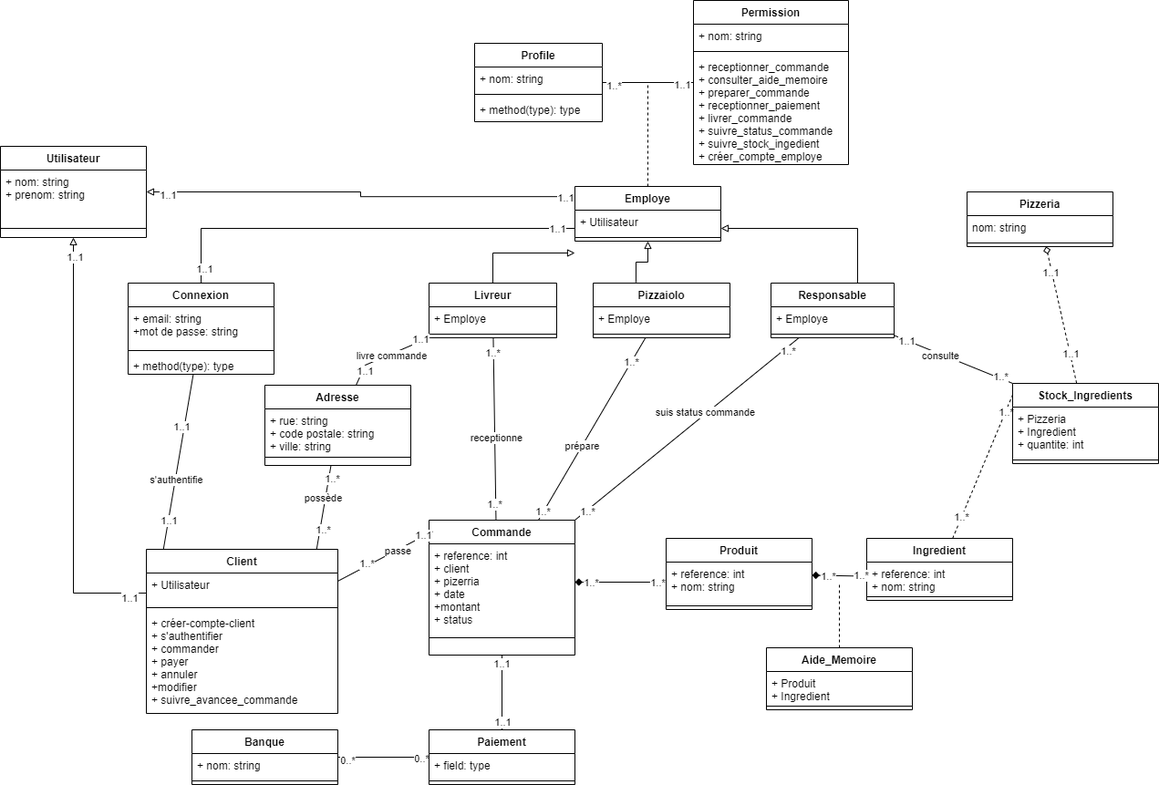
Above: documentation/diagrameDeClasses1.png in jbbaillet85/OCpizzas (draw.io), before the change. Source tidied: cells renumbered, new cells last; positions are measured from the earlier drawing's top-left corner, leaving out a move shared by most shapes.
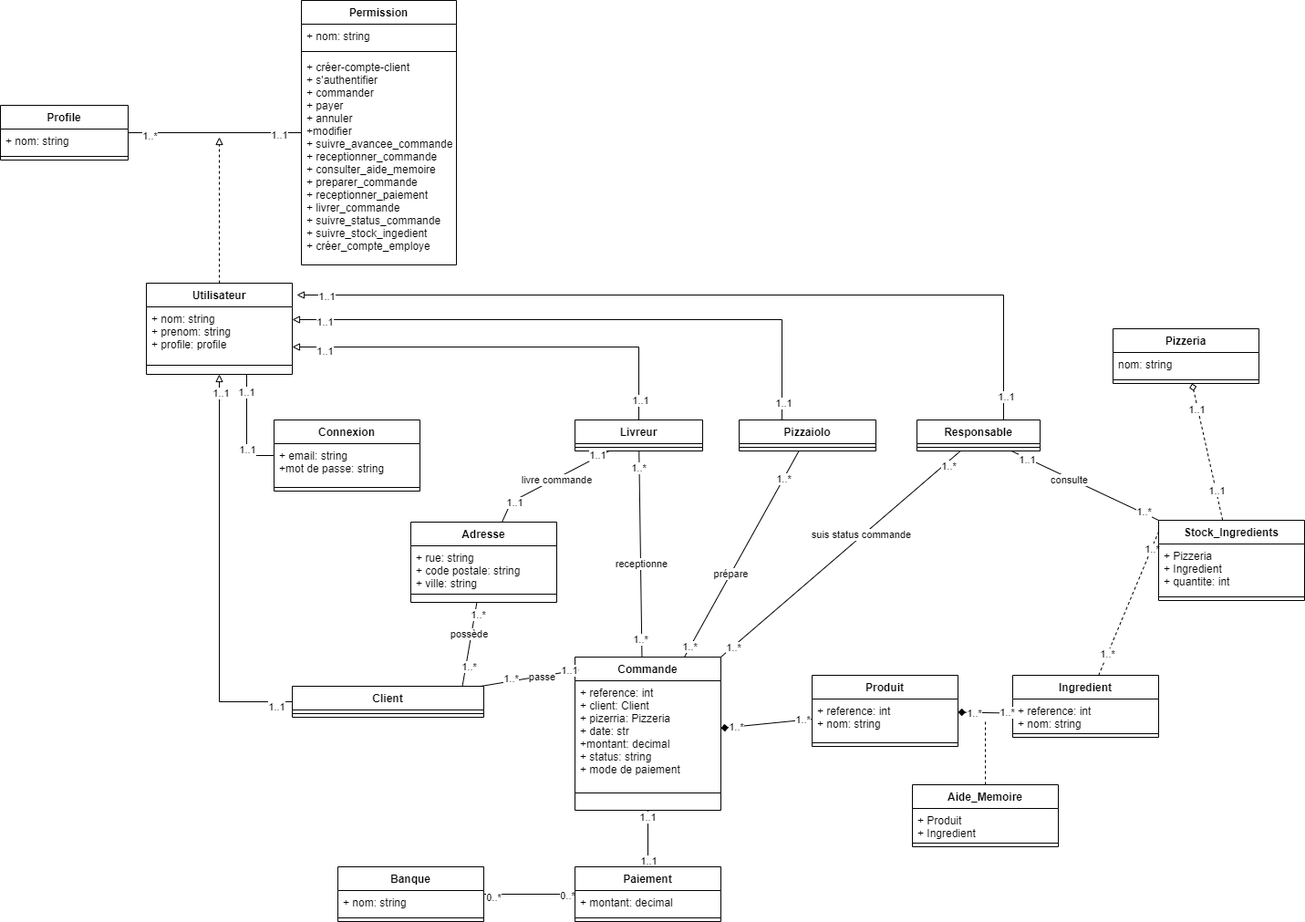
Later version of the same file.

Change to the diagram source:
```diff
@@ -7,3 +7,3 @@
         <Array as="points">
-          <mxPoint x="80" y="650" />
+          <mxPoint x="80" y="619" />
         </Array>
@@ -17,11 +17,7 @@
     </mxCell>
-    <mxCell id="5" style="edgeStyle=orthogonalEdgeStyle;rounded=0;jettySize=auto;html=1;entryX=0.006;entryY=0.186;entryDx=0;entryDy=0;entryPerimeter=0;endArrow=none;endFill=0;startArrow=block;startFill=0;" parent="1" edge="1" source="8" target="123">
-      <mxGeometry relative="1" as="geometry" />
-    </mxCell>
-    <mxCell id="6" value="1..1" style="edgeLabel;html=1;align=center;verticalAlign=middle;" parent="5" vertex="1">
-      <mxGeometry x="0.95" y="-1" relative="1" as="geometry" />
-    </mxCell>
-    <mxCell id="7" value="1..1" style="edgeLabel;html=1;align=center;verticalAlign=middle;" parent="5" vertex="1">
-      <mxGeometry x="-0.9" y="-3" relative="1" as="geometry" />
-    </mxCell>
+    <mxCell id="127" style="edgeStyle=orthogonalEdgeStyle;rounded=0;jettySize=auto;html=1;dashed=1;endArrow=block;endFill=0;" parent="1" edge="1" source="8">
+      <mxGeometry relative="1" as="geometry">
+        <mxPoint x="80" as="targetPoint" />
+      </mxGeometry>
+    </mxCell>
     <mxCell id="8" value="Utilisateur" style="swimlane;fontStyle=1;align=center;verticalAlign=top;horizontal=1;startSize=26;" parent="1" vertex="1">
@@ -29,3 +25,3 @@
     </mxCell>
-    <mxCell id="9" value="+ nom: string&#10;+ prenom: string" style="text;strokeColor=none;fillColor=none;align=left;verticalAlign=top;spacingLeft=4;spacingRight=4;overflow=hidden;" parent="8" vertex="1">
+    <mxCell id="9" value="+ nom: string&#10;+ prenom: string&#10;+ profile: profile" style="text;strokeColor=none;fillColor=none;align=left;verticalAlign=top;spacingLeft=4;spacingRight=4;overflow=hidden;" parent="8" vertex="1">
       <mxGeometry y="26" width="160" height="54" as="geometry" />
@@ -35,14 +31,2 @@
     </mxCell>
-    <mxCell id="11" style="edgeStyle=none;rounded=0;jettySize=auto;html=1;exitX=0.088;exitY=0.008;exitDx=0;exitDy=0;endArrow=none;endFill=0;exitPerimeter=0;" parent="1" edge="1" source="19" target="105">
-      <mxGeometry relative="1" as="geometry" />
-    </mxCell>
-    <mxCell id="12" value="1..1" style="edgeLabel;html=1;align=center;verticalAlign=middle;" parent="11" vertex="1">
-      <mxGeometry x="0.39" y="3" relative="1" as="geometry" />
-    </mxCell>
-    <mxCell id="13" value="1..1" style="edgeLabel;html=1;align=center;verticalAlign=middle;" parent="11" vertex="1">
-      <mxGeometry x="-0.66" relative="1" as="geometry" />
-    </mxCell>
-    <mxCell id="14" value="s'authentifie" style="edgeLabel;html=1;align=center;verticalAlign=middle;" parent="11" vertex="1">
-      <mxGeometry x="-0.19" y="-1" relative="1" as="geometry" />
-    </mxCell>
     <mxCell id="15" style="edgeStyle=none;rounded=0;jettySize=auto;html=1;exitX=0.888;exitY=0.008;exitDx=0;exitDy=0;endArrow=none;endFill=0;exitPerimeter=0;" parent="1" edge="1" source="19" target="23">
@@ -60,13 +44,7 @@
     <mxCell id="19" value="Client" style="swimlane;fontStyle=1;align=center;verticalAlign=top;horizontal=1;startSize=26;" parent="1" vertex="1">
-      <mxGeometry x="160" y="602" width="210" height="180" as="geometry" />
+      <mxGeometry x="160" y="602" width="210" height="34" as="geometry" />
     </mxCell>
-    <mxCell id="20" value="+ Utilisateur" style="text;strokeColor=none;fillColor=none;align=left;verticalAlign=top;spacingLeft=4;spacingRight=4;overflow=hidden;" parent="19" vertex="1">
-      <mxGeometry y="26" width="210" height="34" as="geometry" />
-    </mxCell>
     <mxCell id="21" style="line;strokeWidth=1;fillColor=none;align=left;verticalAlign=middle;spacingTop=-1;spacingLeft=3;spacingRight=3;labelPosition=right;" parent="19" vertex="1">
-      <mxGeometry y="60" width="210" height="8" as="geometry" />
+      <mxGeometry y="26" width="210" height="8" as="geometry" />
     </mxCell>
-    <mxCell id="22" value="+ créer-compte-client&#10;+ s'authentifier&#10;+ commander&#10;+ payer&#10;+ annuler&#10;+modifier&#10;+ suivre_avancee_commande" style="text;strokeColor=none;fillColor=none;align=left;verticalAlign=top;spacingLeft=4;spacingRight=4;overflow=hidden;" parent="19" vertex="1">
-      <mxGeometry y="68" width="210" height="112" as="geometry" />
-    </mxCell>
     <mxCell id="23" value="Adresse" style="swimlane;fontStyle=1;align=center;verticalAlign=top;horizontal=1;startSize=26;" parent="1" vertex="1">
@@ -105,9 +83,9 @@
     <mxCell id="34" value="Commande" style="swimlane;fontStyle=1;align=center;verticalAlign=top;horizontal=1;startSize=26;" parent="1" vertex="1">
-      <mxGeometry x="470" y="570" width="160" height="148" as="geometry" />
+      <mxGeometry x="470" y="570" width="160" height="168" as="geometry" />
     </mxCell>
-    <mxCell id="35" value="+ reference: int&#10;+ client&#10;+ pizerria&#10;+ date&#10;+montant&#10;+ status&#10;+ mode de paiement" style="text;strokeColor=none;fillColor=none;align=left;verticalAlign=top;spacingLeft=4;spacingRight=4;overflow=hidden;points=[[0,0.5],[1,0.5]];portConstraint=eastwest;" parent="34" vertex="1">
-      <mxGeometry y="26" width="160" height="84" as="geometry" />
+    <mxCell id="35" value="+ reference: int&#10;+ client: Client&#10;+ pizerria: Pizzeria&#10;+ date: str&#10;+montant: decimal&#10;+ status: string&#10;+ mode de paiement" style="text;strokeColor=none;fillColor=none;align=left;verticalAlign=top;spacingLeft=4;spacingRight=4;overflow=hidden;points=[[0,0.5],[1,0.5]];portConstraint=eastwest;" parent="34" vertex="1">
+      <mxGeometry y="26" width="160" height="104" as="geometry" />
     </mxCell>
     <mxCell id="36" style="line;strokeWidth=1;fillColor=none;align=left;verticalAlign=middle;spacingTop=-1;spacingLeft=3;spacingRight=3;labelPosition=right;" parent="34" vertex="1">
-      <mxGeometry y="110" width="160" height="38" as="geometry" />
+      <mxGeometry y="130" width="160" height="38" as="geometry" />
     </mxCell>
@@ -194,27 +172,18 @@
     <mxCell id="63" value="Livreur" style="swimlane;fontStyle=1;align=center;verticalAlign=top;horizontal=1;startSize=26;" parent="1" vertex="1">
-      <mxGeometry x="470" y="310" width="140" height="60" as="geometry" />
+      <mxGeometry x="470" y="310" width="140" height="34" as="geometry" />
     </mxCell>
-    <mxCell id="64" value="+ Employe" style="text;strokeColor=none;fillColor=none;align=left;verticalAlign=top;spacingLeft=4;spacingRight=4;overflow=hidden;" parent="63" vertex="1">
-      <mxGeometry y="26" width="140" height="26" as="geometry" />
-    </mxCell>
     <mxCell id="65" style="line;strokeWidth=1;fillColor=none;align=left;verticalAlign=middle;spacingTop=-1;spacingLeft=3;spacingRight=3;labelPosition=right;" parent="63" vertex="1">
-      <mxGeometry y="52" width="140" height="8" as="geometry" />
+      <mxGeometry y="26" width="140" height="8" as="geometry" />
     </mxCell>
     <mxCell id="66" value="Pizzaiolo" style="swimlane;fontStyle=1;align=center;verticalAlign=top;horizontal=1;startSize=26;" parent="1" vertex="1">
-      <mxGeometry x="650" y="310" width="150" height="60" as="geometry" />
+      <mxGeometry x="650" y="310" width="150" height="34" as="geometry" />
     </mxCell>
-    <mxCell id="67" value="+ Employe" style="text;strokeColor=none;fillColor=none;align=left;verticalAlign=top;spacingLeft=4;spacingRight=4;overflow=hidden;" parent="66" vertex="1">
-      <mxGeometry y="26" width="150" height="26" as="geometry" />
-    </mxCell>
     <mxCell id="68" style="line;strokeWidth=1;fillColor=none;align=left;verticalAlign=middle;spacingTop=-1;spacingLeft=3;spacingRight=3;labelPosition=right;" parent="66" vertex="1">
-      <mxGeometry y="52" width="150" height="8" as="geometry" />
+      <mxGeometry y="26" width="150" height="8" as="geometry" />
     </mxCell>
     <mxCell id="69" value="Responsable" style="swimlane;fontStyle=1;align=center;verticalAlign=top;horizontal=1;startSize=26;" parent="1" vertex="1">
-      <mxGeometry x="845" y="310" width="135" height="60" as="geometry" />
+      <mxGeometry x="845" y="310" width="135" height="34" as="geometry" />
     </mxCell>
-    <mxCell id="70" value="+ Employe" style="text;strokeColor=none;fillColor=none;align=left;verticalAlign=top;spacingLeft=4;spacingRight=4;overflow=hidden;" parent="69" vertex="1">
-      <mxGeometry y="26" width="135" height="26" as="geometry" />
-    </mxCell>
     <mxCell id="71" style="line;strokeWidth=1;fillColor=none;align=left;verticalAlign=middle;spacingTop=-1;spacingLeft=3;spacingRight=3;labelPosition=right;" parent="69" vertex="1">
-      <mxGeometry y="52" width="135" height="8" as="geometry" />
+      <mxGeometry y="26" width="135" height="8" as="geometry" />
     </mxCell>
@@ -266,3 +235,3 @@
     </mxCell>
-    <mxCell id="86" value="+ field: type" style="text;strokeColor=none;fillColor=none;align=left;verticalAlign=top;spacingLeft=4;spacingRight=4;overflow=hidden;" parent="85" vertex="1">
+    <mxCell id="86" value="+ montant: decimal" style="text;strokeColor=none;fillColor=none;align=left;verticalAlign=top;spacingLeft=4;spacingRight=4;overflow=hidden;" parent="85" vertex="1">
       <mxGeometry y="26" width="160" height="26" as="geometry" />
@@ -320,17 +289,15 @@
     </mxCell>
-    <mxCell id="102" style="edgeStyle=orthogonalEdgeStyle;rounded=0;jettySize=auto;html=1;startArrow=none;startFill=0;endArrow=none;endFill=0;" parent="1" edge="1" source="105" target="123">
-      <mxGeometry relative="1" as="geometry">
-        <Array as="points">
-          <mxPoint x="220" y="250" />
-        </Array>
-      </mxGeometry>
-    </mxCell>
-    <mxCell id="103" value="1..1" style="edgeLabel;html=1;align=center;verticalAlign=middle;" parent="102" vertex="1">
-      <mxGeometry x="0.91" relative="1" as="geometry" />
-    </mxCell>
-    <mxCell id="104" value="1..1" style="edgeLabel;html=1;align=center;verticalAlign=middle;" parent="102" vertex="1">
-      <mxGeometry x="-0.93" y="-3" relative="1" as="geometry" />
-    </mxCell>
+    <mxCell id="128" style="edgeStyle=orthogonalEdgeStyle;rounded=0;jettySize=auto;html=1;endArrow=none;endFill=0;" parent="1" edge="1" source="105">
+      <mxGeometry relative="1" as="geometry">
+        <mxPoint x="110" y="260" as="targetPoint" />
+      </mxGeometry>
+    </mxCell>
+    <mxCell id="129" value="1..1" style="edgeLabel;html=1;align=center;verticalAlign=middle;" parent="128" vertex="1">
+      <mxGeometry x="0.68" y="1" relative="1" as="geometry" />
+    </mxCell>
+    <mxCell id="130" value="1..1" style="edgeLabel;html=1;align=center;verticalAlign=middle;" parent="128" vertex="1">
+      <mxGeometry x="-0.38" relative="1" as="geometry" />
+    </mxCell>
     <mxCell id="105" value="Connexion" style="swimlane;fontStyle=1;align=center;verticalAlign=top;horizontal=1;startSize=26;" parent="1" vertex="1">
-      <mxGeometry x="140" y="310" width="160" height="100" as="geometry" />
+      <mxGeometry x="140" y="310" width="160" height="78" as="geometry" />
     </mxCell>
@@ -342,5 +309,2 @@
     </mxCell>
-    <mxCell id="108" value="+ method(type): type" style="text;strokeColor=none;fillColor=none;align=left;verticalAlign=top;spacingLeft=4;spacingRight=4;overflow=hidden;" parent="105" vertex="1">
-      <mxGeometry y="78" width="160" height="22" as="geometry" />
-    </mxCell>
     <mxCell id="109" style="edgeStyle=orthogonalEdgeStyle;rounded=0;jettySize=auto;html=1;endArrow=none;endFill=0;" parent="1" edge="1" source="112" target="116">
@@ -355,3 +319,3 @@
     <mxCell id="112" value="Profile" style="swimlane;fontStyle=1;align=center;verticalAlign=top;horizontal=1;startSize=26;" parent="1" vertex="1">
-      <mxGeometry x="520" y="47" width="140" height="86" as="geometry" />
+      <mxGeometry x="-160" y="-35" width="140" height="60" as="geometry" />
     </mxCell>
@@ -363,7 +327,4 @@
     </mxCell>
-    <mxCell id="115" value="+ method(type): type" style="text;strokeColor=none;fillColor=none;align=left;verticalAlign=top;spacingLeft=4;spacingRight=4;overflow=hidden;" parent="112" vertex="1">
-      <mxGeometry y="60" width="140" height="26" as="geometry" />
-    </mxCell>
     <mxCell id="116" value="Permission" style="swimlane;fontStyle=1;align=center;verticalAlign=top;horizontal=1;startSize=26;" parent="1" vertex="1">
-      <mxGeometry x="760" width="170" height="180" as="geometry" />
+      <mxGeometry x="170" y="-150" width="170" height="290" as="geometry" />
     </mxCell>
@@ -375,12 +336,20 @@
     </mxCell>
-    <mxCell id="119" value="+ receptionner_commande&#10;+ consulter_aide_memoire&#10;+ preparer_commande&#10;+ receptionner_paiement&#10;+ livrer_commande&#10;+ suivre_status_commande&#10;+ suivre_stock_ingedient&#10;+ créer_compte_employe" style="text;strokeColor=none;fillColor=none;align=left;verticalAlign=top;spacingLeft=4;spacingRight=4;overflow=hidden;" parent="116" vertex="1">
-      <mxGeometry y="60" width="170" height="120" as="geometry" />
+    <mxCell id="119" value="+ créer-compte-client&#10;+ s'authentifier&#10;+ commander&#10;+ payer&#10;+ annuler&#10;+modifier&#10;+ suivre_avancee_commande&#10;+ receptionner_commande&#10;+ consulter_aide_memoire&#10;+ preparer_commande&#10;+ receptionner_paiement&#10;+ livrer_commande&#10;+ suivre_status_commande&#10;+ suivre_stock_ingedient&#10;+ créer_compte_employe" style="text;strokeColor=none;fillColor=none;align=left;verticalAlign=top;spacingLeft=4;spacingRight=4;overflow=hidden;" parent="116" vertex="1">
+      <mxGeometry y="60" width="170" height="230" as="geometry" />
     </mxCell>
-    <mxCell id="120" style="edgeStyle=orthogonalEdgeStyle;rounded=0;jettySize=auto;html=1;entryX=0.313;entryY=-0.012;entryDx=0;entryDy=0;entryPerimeter=0;endArrow=none;endFill=0;startArrow=block;startFill=0;" parent="1" edge="1" source="123" target="66">
-      <mxGeometry relative="1" as="geometry" />
+    <mxCell id="120" style="edgeStyle=orthogonalEdgeStyle;rounded=0;jettySize=auto;html=1;entryX=0.313;entryY=-0.012;entryDx=0;entryDy=0;entryPerimeter=0;endArrow=none;endFill=0;startArrow=block;startFill=0;" parent="1" edge="1" target="66">
+      <mxGeometry relative="1" as="geometry">
+        <mxPoint x="160" y="200" as="sourcePoint" />
+      </mxGeometry>
     </mxCell>
+    <mxCell id="131" value="1..1" style="edgeLabel;html=1;align=center;verticalAlign=middle;" parent="120" vertex="1">
+      <mxGeometry x="0.94" y="2" relative="1" as="geometry" />
+    </mxCell>
+    <mxCell id="132" value="1..1" style="edgeLabel;html=1;align=center;verticalAlign=middle;" parent="120" vertex="1">
+      <mxGeometry x="-0.89" y="-2" relative="1" as="geometry" />
+    </mxCell>
-    <mxCell id="121" style="edgeStyle=orthogonalEdgeStyle;rounded=0;jettySize=auto;html=1;endArrow=none;endFill=0;startArrow=block;startFill=0;" parent="1" edge="1" source="123" target="69">
+    <mxCell id="121" style="edgeStyle=orthogonalEdgeStyle;rounded=0;jettySize=auto;html=1;endArrow=none;endFill=0;startArrow=block;startFill=0;exitX=1.031;exitY=0.13;exitDx=0;exitDy=0;exitPerimeter=0;" parent="1" edge="1" source="8" target="69">
       <mxGeometry relative="1" as="geometry">
         <Array as="points">
-          <mxPoint x="940" y="250" />
+          <mxPoint x="940" y="173" />
         </Array>
@@ -388,21 +357,21 @@
     </mxCell>
-    <mxCell id="122" style="edgeStyle=orthogonalEdgeStyle;rounded=0;jettySize=auto;html=1;endArrow=none;endFill=0;dashed=1;" parent="1" edge="1" source="123">
-      <mxGeometry relative="1" as="geometry">
-        <mxPoint x="710" y="90" as="targetPoint" />
-      </mxGeometry>
-    </mxCell>
-    <mxCell id="123" value="Employe" style="swimlane;fontStyle=1;align=center;verticalAlign=top;horizontal=1;startSize=26;" parent="1" vertex="1">
-      <mxGeometry x="630" y="204" width="160" height="60" as="geometry" />
-    </mxCell>
-    <mxCell id="124" value="+ Utilisateur" style="text;strokeColor=none;fillColor=none;align=left;verticalAlign=top;spacingLeft=4;spacingRight=4;overflow=hidden;" parent="123" vertex="1">
-      <mxGeometry y="26" width="160" height="26" as="geometry" />
-    </mxCell>
-    <mxCell id="125" style="line;strokeWidth=1;fillColor=none;align=left;verticalAlign=middle;spacingTop=-1;spacingLeft=3;spacingRight=3;labelPosition=right;" parent="123" vertex="1">
-      <mxGeometry y="52" width="160" height="8" as="geometry" />
-    </mxCell>
+    <mxCell id="133" value="1..1" style="edgeLabel;html=1;align=center;verticalAlign=middle;" parent="121" vertex="1">
+      <mxGeometry x="-0.93" y="-1" relative="1" as="geometry" />
+    </mxCell>
+    <mxCell id="134" value="1..1" style="edgeLabel;html=1;align=center;verticalAlign=middle;" parent="121" vertex="1">
+      <mxGeometry x="0.95" y="2" relative="1" as="geometry" />
+    </mxCell>
-    <mxCell id="126" style="edgeStyle=orthogonalEdgeStyle;rounded=0;jettySize=auto;html=1;entryX=0.5;entryY=0;entryDx=0;entryDy=0;endArrow=none;endFill=0;startArrow=block;startFill=0;" parent="1" edge="1" target="63">
+    <mxCell id="126" style="edgeStyle=orthogonalEdgeStyle;rounded=0;jettySize=auto;html=1;entryX=0.5;entryY=0;entryDx=0;entryDy=0;endArrow=none;endFill=0;startArrow=block;startFill=0;" parent="1" edge="1" source="8" target="63">
       <mxGeometry relative="1" as="geometry">
-        <mxPoint x="630" y="277" as="sourcePoint" />
+        <Array as="points">
+          <mxPoint x="540" y="230" />
+        </Array>
       </mxGeometry>
     </mxCell>
+    <mxCell id="135" value="1..1" style="edgeLabel;html=1;align=center;verticalAlign=middle;" parent="126" vertex="1">
+      <mxGeometry x="0.9" y="1" relative="1" as="geometry" />
+    </mxCell>
+    <mxCell id="136" value="1..1" style="edgeLabel;html=1;align=center;verticalAlign=middle;" parent="126" vertex="1">
+      <mxGeometry x="-0.85" y="-4" relative="1" as="geometry" />
+    </mxCell>
   </root>
```
